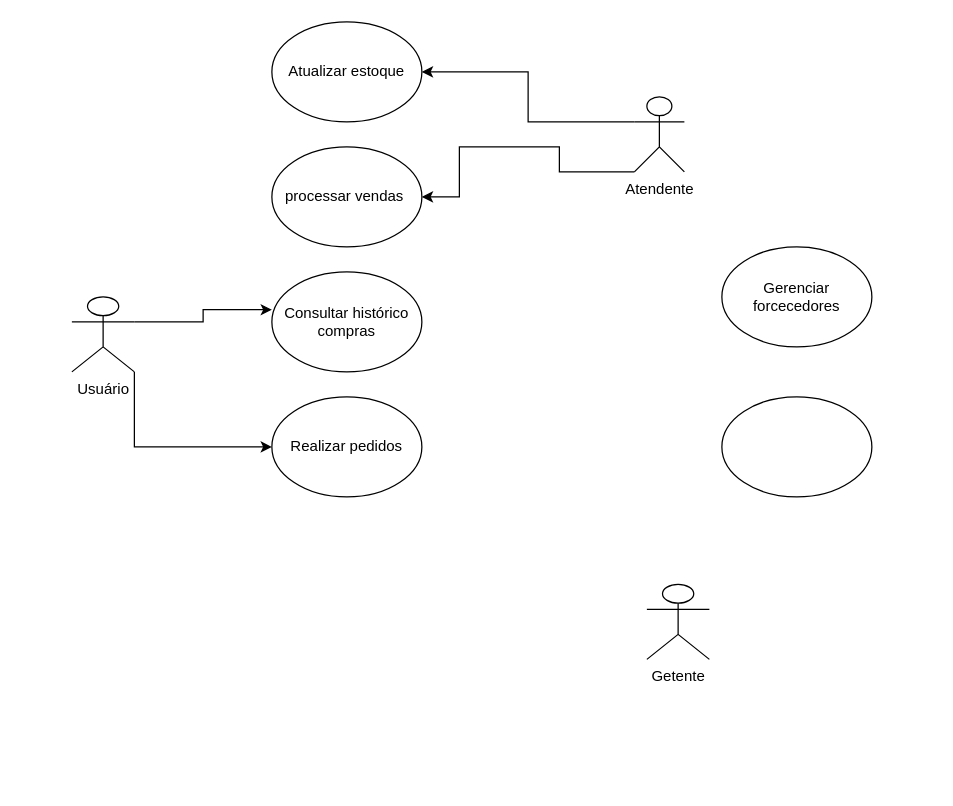
Earlier version of the draw.io diagram page "Página-5" (5 of 7) of Diagrama sem nome.drawio (helio0278/diagramasderequisitos). Source tidied: cells renumbered, new cells numbered last; positions are measured from the earlier drawing's top-left corner, leaving out a move shared by most shapes. Both pictures are drawn from the tidied source at 125%, with x=0, y=0 at pixel (21, 21).
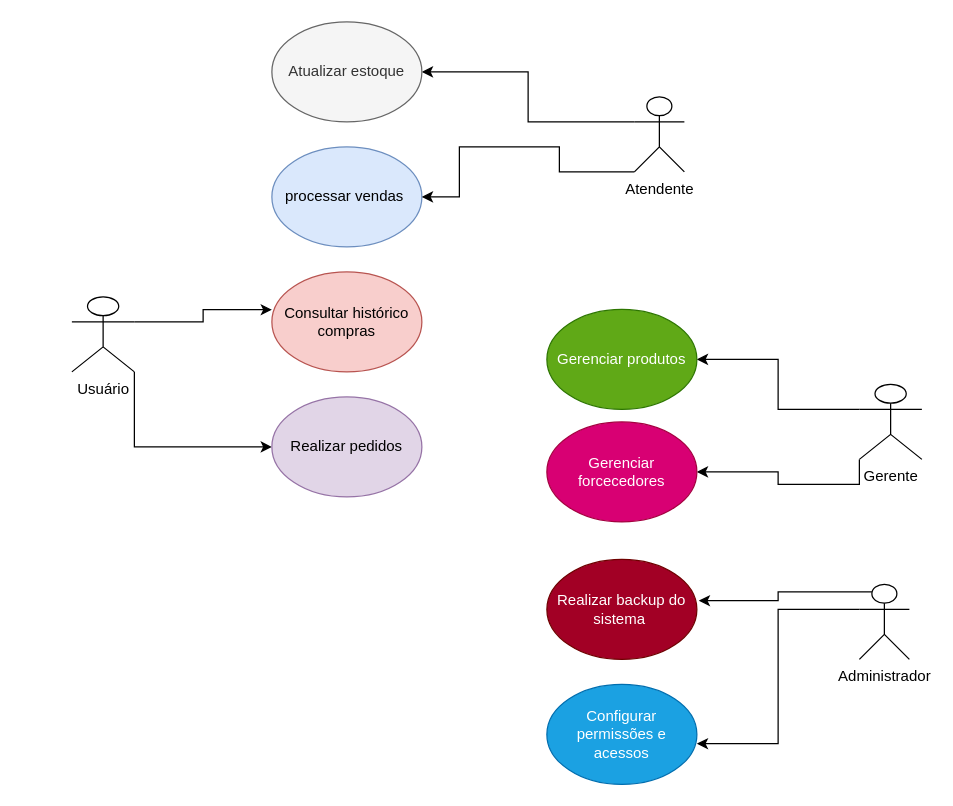
The same diagram, later.

Diff of the diagram source:
```diff
@@
-    <mxCell id="5" value="Consultar histórico compras" style="ellipse;whiteSpace=wrap;html=1;" parent="1" vertex="1">
+    <mxCell id="5" value="Consultar histórico compras" style="ellipse;whiteSpace=wrap;html=1;fillColor=#f8cecc;strokeColor=#b85450;" parent="1" vertex="1">
       <mxGeometry x="200" y="200" width="120" height="80" as="geometry" />
     </mxCell>
-    <mxCell id="6" value="Realizar pedidos" style="ellipse;whiteSpace=wrap;html=1;" parent="1" vertex="1">
+    <mxCell id="6" value="Realizar pedidos" style="ellipse;whiteSpace=wrap;html=1;fillColor=#e1d5e7;strokeColor=#9673a6;" parent="1" vertex="1">
       <mxGeometry x="200" y="300" width="120" height="80" as="geometry" />
     </mxCell>
-    <mxCell id="7" value="processar vendas&amp;nbsp;" style="ellipse;whiteSpace=wrap;html=1;" parent="1" vertex="1">
+    <mxCell id="7" value="processar vendas&amp;nbsp;" style="ellipse;whiteSpace=wrap;html=1;fillColor=#dae8fc;strokeColor=#6c8ebf;" parent="1" vertex="1">
       <mxGeometry x="200" y="100" width="120" height="80" as="geometry" />
     </mxCell>
@@
-    <mxCell id="11" value="Atualizar estoque" style="ellipse;whiteSpace=wrap;html=1;" parent="1" vertex="1">
+    <mxCell id="11" value="Atualizar estoque" style="ellipse;whiteSpace=wrap;html=1;fillColor=#f5f5f5;fontColor=#333333;strokeColor=#666666;" parent="1" vertex="1">
       <mxGeometry x="200" width="120" height="80" as="geometry" />
     </mxCell>
@@
+    <mxCell id="16" style="edgeStyle=orthogonalEdgeStyle;rounded=0;jettySize=auto;html=1;exitX=0;exitY=0.3333333333333333;exitDx=0;exitDy=0;exitPerimeter=0;entryX=1;entryY=0.5;entryDx=0;entryDy=0;" parent="1" edge="1" source="13" target="14">
+      <mxGeometry relative="1" as="geometry" />
+    </mxCell>
+    <mxCell id="17" style="edgeStyle=orthogonalEdgeStyle;rounded=0;jettySize=auto;html=1;exitX=0;exitY=1;exitDx=0;exitDy=0;exitPerimeter=0;" parent="1" edge="1" source="13" target="15">
+      <mxGeometry relative="1" as="geometry" />
+    </mxCell>
-    <mxCell id="13" value="Getente" style="shape=umlActor;verticalLabelPosition=bottom;verticalAlign=top;html=1;outlineConnect=0;" parent="1" vertex="1">
-      <mxGeometry x="500" y="450" width="50" height="60" as="geometry" />
+    <mxCell id="13" value="Gerente" style="shape=umlActor;verticalLabelPosition=bottom;verticalAlign=top;html=1;outlineConnect=0;" parent="1" vertex="1">
+      <mxGeometry x="670" y="290" width="50" height="60" as="geometry" />
     </mxCell>
-    <mxCell id="14" style="ellipse;whiteSpace=wrap;html=1;" parent="1" vertex="1">
-      <mxGeometry x="560" y="300" width="120" height="80" as="geometry" />
+    <mxCell id="14" value="Gerenciar produtos" style="ellipse;whiteSpace=wrap;html=1;fillColor=#60a917;fontColor=#ffffff;strokeColor=#2D7600;" parent="1" vertex="1">
+      <mxGeometry x="420" y="230" width="120" height="80" as="geometry" />
     </mxCell>
-    <mxCell id="15" value="Gerenciar forcecedores" style="ellipse;whiteSpace=wrap;html=1;" parent="1" vertex="1">
-      <mxGeometry x="560" y="180" width="120" height="80" as="geometry" />
+    <mxCell id="15" value="Gerenciar forcecedores" style="ellipse;whiteSpace=wrap;html=1;fillColor=#d80073;fontColor=#ffffff;strokeColor=#A50040;" parent="1" vertex="1">
+      <mxGeometry x="420" y="320" width="120" height="80" as="geometry" />
     </mxCell>
+    <mxCell id="18" style="edgeStyle=orthogonalEdgeStyle;rounded=0;jettySize=auto;html=1;exitX=0;exitY=0.3333333333333333;exitDx=0;exitDy=0;exitPerimeter=0;entryX=1;entryY=0.593;entryDx=0;entryDy=0;entryPerimeter=0;" parent="1" edge="1" source="19" target="21">
+      <mxGeometry relative="1" as="geometry" />
+    </mxCell>
+    <mxCell id="19" value="Administrador" style="shape=umlActor;verticalLabelPosition=bottom;verticalAlign=top;html=1;outlineConnect=0;" parent="1" vertex="1">
+      <mxGeometry x="670" y="450" width="40" height="60" as="geometry" />
+    </mxCell>
+    <mxCell id="20" value="Realizar backup do sistema&amp;nbsp;" style="ellipse;whiteSpace=wrap;html=1;fillColor=#a20025;fontColor=#ffffff;strokeColor=#6F0000;" parent="1" vertex="1">
+      <mxGeometry x="420" y="430" width="120" height="80" as="geometry" />
+    </mxCell>
+    <mxCell id="21" value="Configurar permissões e acessos" style="ellipse;whiteSpace=wrap;html=1;fillColor=#1ba1e2;fontColor=#ffffff;strokeColor=#006EAF;" parent="1" vertex="1">
+      <mxGeometry x="420" y="530" width="120" height="80" as="geometry" />
+    </mxCell>
+    <mxCell id="22" style="edgeStyle=orthogonalEdgeStyle;rounded=0;jettySize=auto;html=1;exitX=0.25;exitY=0.1;exitDx=0;exitDy=0;exitPerimeter=0;entryX=1.013;entryY=0.413;entryDx=0;entryDy=0;entryPerimeter=0;" parent="1" edge="1" source="19" target="20">
+      <mxGeometry relative="1" as="geometry" />
+    </mxCell>
```
